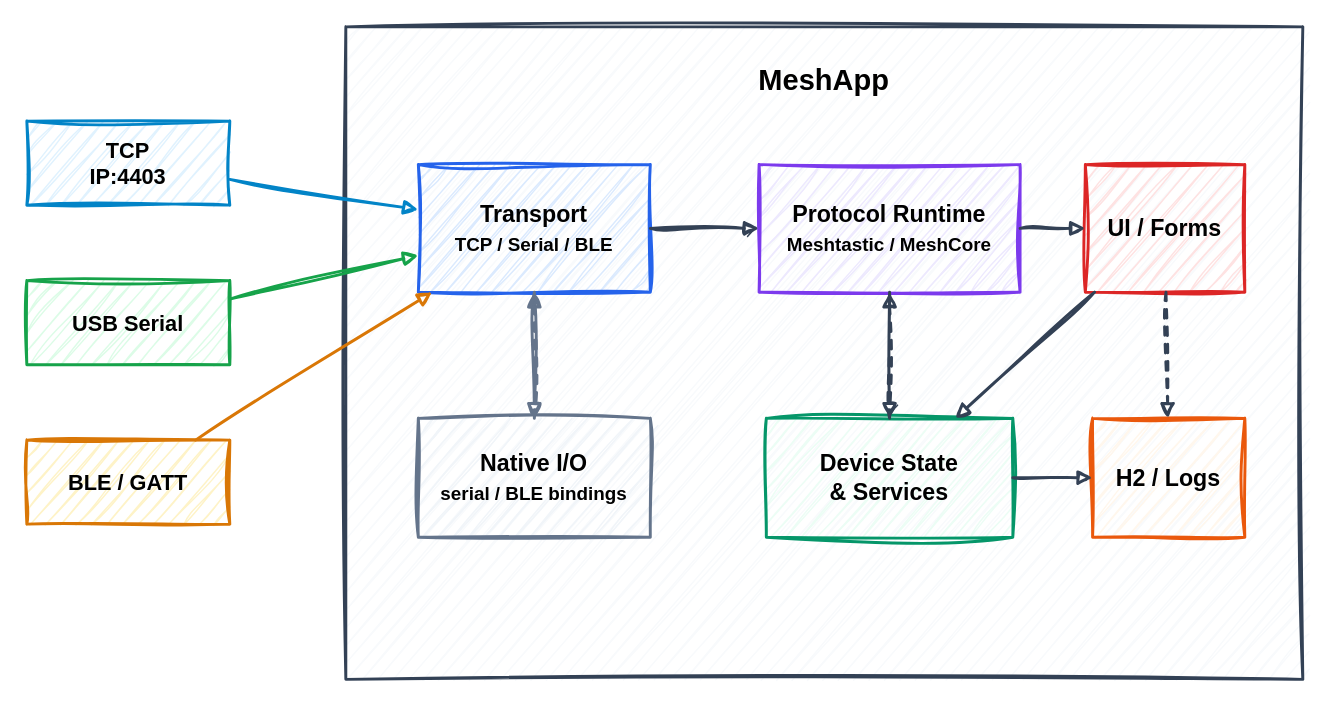
This is docs/meshapp-architecture.drawio from smikme/meshapp, a draw.io file, before an edit. Source tidied: cells renumbered, new cells numbered last; positions are measured from the earlier drawing's top-left corner, leaving out a move shared by most shapes. Both pictures are drawn from the tidied source at 145%, with x=0, y=0 at pixel (26, 26).
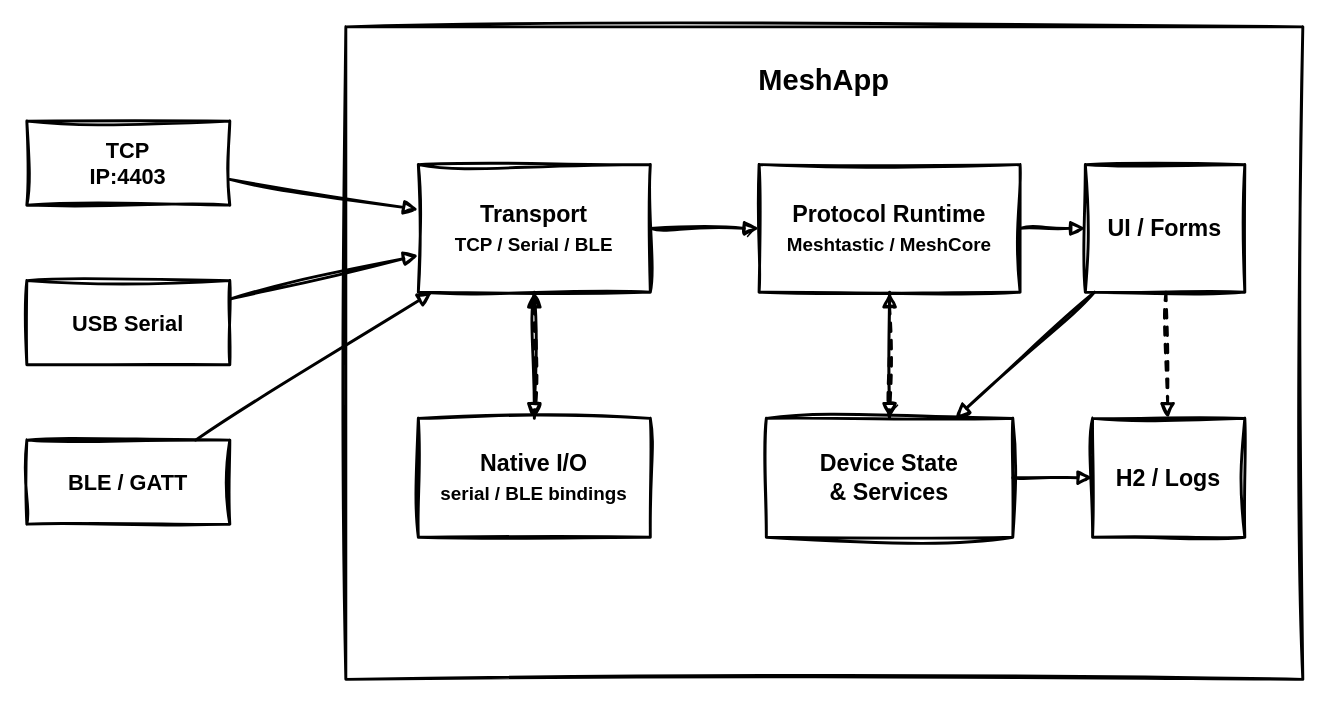
After the change.

Commit message (it also covers changes not shown here):
meshapp-architecture

What changed in the source:
```diff
@@
-    <mxCell id="2" value="MeshApp" style="rounded=0;whiteSpace=wrap;html=1;arcSize=3;fillColor=#f8fafc;strokeColor=#334155;strokeWidth=2;fontStyle=1;fontSize=20;verticalAlign=top;spacingTop=18;sketch=1;curveFitting=1;jiggle=2;" parent="1" vertex="1">
+    <mxCell id="2" value="MeshApp" style="rounded=0;whiteSpace=wrap;html=1;arcSize=3;strokeWidth=2;fontStyle=1;fontSize=20;verticalAlign=top;spacingTop=18;labelBackgroundColor=none;sketch=1;curveFitting=1;jiggle=2;" parent="1" vertex="1">
       <mxGeometry x="220" width="660" height="450" as="geometry" />
     </mxCell>
-    <mxCell id="3" value="TCP&lt;br&gt;IP:4403" style="rounded=0;whiteSpace=wrap;html=1;arcSize=8;fillColor=#e0f2fe;strokeColor=#0284c7;strokeWidth=2;fontSize=15;fontStyle=1;sketch=1;curveFitting=1;jiggle=2;" parent="1" vertex="1">
+    <mxCell id="3" value="TCP&lt;br&gt;IP:4403" style="rounded=0;whiteSpace=wrap;html=1;arcSize=8;strokeWidth=2;fontSize=15;fontStyle=1;labelBackgroundColor=none;sketch=1;curveFitting=1;jiggle=2;" parent="1" vertex="1">
       <mxGeometry y="65" width="140" height="58" as="geometry" />
     </mxCell>
-    <mxCell id="4" value="USB Serial" style="rounded=0;whiteSpace=wrap;html=1;arcSize=8;fillColor=#dcfce7;strokeColor=#16a34a;strokeWidth=2;fontSize=15;fontStyle=1;sketch=1;curveFitting=1;jiggle=2;" parent="1" vertex="1">
+    <mxCell id="4" value="USB Serial" style="rounded=0;whiteSpace=wrap;html=1;arcSize=8;strokeWidth=2;fontSize=15;fontStyle=1;labelBackgroundColor=none;sketch=1;curveFitting=1;jiggle=2;" parent="1" vertex="1">
       <mxGeometry y="175" width="140" height="58" as="geometry" />
     </mxCell>
-    <mxCell id="5" value="BLE / GATT" style="rounded=0;whiteSpace=wrap;html=1;arcSize=8;fillColor=#fef3c7;strokeColor=#d97706;strokeWidth=2;fontSize=15;fontStyle=1;sketch=1;curveFitting=1;jiggle=2;" parent="1" vertex="1">
+    <mxCell id="5" value="BLE / GATT" style="rounded=0;whiteSpace=wrap;html=1;arcSize=8;strokeWidth=2;fontSize=15;fontStyle=1;labelBackgroundColor=none;sketch=1;curveFitting=1;jiggle=2;" parent="1" vertex="1">
       <mxGeometry y="285" width="140" height="58" as="geometry" />
     </mxCell>
-    <mxCell id="6" value="Transport&lt;br&gt;&lt;font style=&quot;font-size: 13px;&quot;&gt;TCP / Serial / BLE&lt;/font&gt;" style="rounded=0;whiteSpace=wrap;html=1;arcSize=6;fillColor=#dbeafe;strokeColor=#2563eb;strokeWidth=2;fontSize=16;fontStyle=1;sketch=1;curveFitting=1;jiggle=2;" parent="1" vertex="1">
+    <mxCell id="6" value="Transport&lt;br&gt;&lt;font style=&quot;font-size: 13px;&quot;&gt;TCP / Serial / BLE&lt;/font&gt;" style="rounded=0;whiteSpace=wrap;html=1;arcSize=6;strokeWidth=2;fontSize=16;fontStyle=1;labelBackgroundColor=none;sketch=1;curveFitting=1;jiggle=2;" parent="1" vertex="1">
       <mxGeometry x="270" y="95" width="160" height="88" as="geometry" />
     </mxCell>
-    <mxCell id="7" value="Native I/O&lt;br&gt;&lt;font style=&quot;font-size: 13px;&quot;&gt;serial / BLE bindings&lt;/font&gt;" style="rounded=0;whiteSpace=wrap;html=1;arcSize=6;fillColor=#f1f5f9;strokeColor=#64748b;strokeWidth=2;fontSize=16;fontStyle=1;sketch=1;curveFitting=1;jiggle=2;" parent="1" vertex="1">
+    <mxCell id="7" value="Native I/O&lt;br&gt;&lt;font style=&quot;font-size: 13px;&quot;&gt;serial / BLE bindings&lt;/font&gt;" style="rounded=0;whiteSpace=wrap;html=1;arcSize=6;strokeWidth=2;fontSize=16;fontStyle=1;labelBackgroundColor=none;sketch=1;curveFitting=1;jiggle=2;" parent="1" vertex="1">
       <mxGeometry x="270" y="270" width="160" height="82" as="geometry" />
     </mxCell>
-    <mxCell id="8" value="Protocol Runtime&lt;br&gt;&lt;font style=&quot;font-size: 13px;&quot;&gt;Meshtastic / MeshCore&lt;/font&gt;" style="rounded=0;whiteSpace=wrap;html=1;arcSize=6;fillColor=#ede9fe;strokeColor=#7c3aed;strokeWidth=2;fontSize=16;fontStyle=1;sketch=1;curveFitting=1;jiggle=2;" parent="1" vertex="1">
+    <mxCell id="8" value="Protocol Runtime&lt;br&gt;&lt;font style=&quot;font-size: 13px;&quot;&gt;Meshtastic / MeshCore&lt;/font&gt;" style="rounded=0;whiteSpace=wrap;html=1;arcSize=6;strokeWidth=2;fontSize=16;fontStyle=1;labelBackgroundColor=none;sketch=1;curveFitting=1;jiggle=2;" parent="1" vertex="1">
       <mxGeometry x="505" y="95" width="180" height="88" as="geometry" />
     </mxCell>
-    <mxCell id="9" value="Device State&lt;br&gt;&amp;amp; Services" style="rounded=0;whiteSpace=wrap;html=1;arcSize=6;fillColor=#ecfdf5;strokeColor=#059669;strokeWidth=2;fontSize=16;fontStyle=1;sketch=1;curveFitting=1;jiggle=2;" parent="1" vertex="1">
+    <mxCell id="9" value="Device State&lt;br&gt;&amp;amp; Services" style="rounded=0;whiteSpace=wrap;html=1;arcSize=6;strokeWidth=2;fontSize=16;fontStyle=1;labelBackgroundColor=none;sketch=1;curveFitting=1;jiggle=2;" parent="1" vertex="1">
       <mxGeometry x="510" y="270" width="170" height="82" as="geometry" />
     </mxCell>
-    <mxCell id="10" value="UI / Forms" style="rounded=0;whiteSpace=wrap;html=1;arcSize=6;fillColor=#fee2e2;strokeColor=#dc2626;strokeWidth=2;fontSize=16;fontStyle=1;sketch=1;curveFitting=1;jiggle=2;" parent="1" vertex="1">
+    <mxCell id="10" value="UI / Forms" style="rounded=0;whiteSpace=wrap;html=1;arcSize=6;strokeWidth=2;fontSize=16;fontStyle=1;labelBackgroundColor=none;sketch=1;curveFitting=1;jiggle=2;" parent="1" vertex="1">
       <mxGeometry x="730" y="95" width="110" height="88" as="geometry" />
     </mxCell>
-    <mxCell id="11" value="H2 / Logs" style="rounded=0;whiteSpace=wrap;html=1;arcSize=6;fillColor=#fff7ed;strokeColor=#ea580c;strokeWidth=2;fontSize=16;fontStyle=1;sketch=1;curveFitting=1;jiggle=2;" parent="1" vertex="1">
+    <mxCell id="11" value="H2 / Logs" style="rounded=0;whiteSpace=wrap;html=1;arcSize=6;strokeWidth=2;fontSize=16;fontStyle=1;labelBackgroundColor=none;sketch=1;curveFitting=1;jiggle=2;" parent="1" vertex="1">
       <mxGeometry x="735" y="270" width="105" height="82" as="geometry" />
     </mxCell>
-    <mxCell id="12" style="endArrow=block;html=1;rounded=0;strokeWidth=2;strokeColor=#0284c7;sketch=1;curveFitting=1;jiggle=2;" parent="1" edge="1" source="3" target="6">
+    <mxCell id="12" style="endArrow=block;html=1;rounded=0;strokeWidth=2;labelBackgroundColor=none;fontColor=default;sketch=1;curveFitting=1;jiggle=2;" parent="1" edge="1" source="3" target="6">
       <mxGeometry relative="1" as="geometry" />
     </mxCell>
-    <mxCell id="13" style="endArrow=block;html=1;rounded=0;strokeWidth=2;strokeColor=#16a34a;sketch=1;curveFitting=1;jiggle=2;" parent="1" edge="1" source="4" target="6">
+    <mxCell id="13" style="endArrow=block;html=1;rounded=0;strokeWidth=2;labelBackgroundColor=none;fontColor=default;sketch=1;curveFitting=1;jiggle=2;" parent="1" edge="1" source="4" target="6">
       <mxGeometry relative="1" as="geometry" />
     </mxCell>
-    <mxCell id="14" style="endArrow=block;html=1;rounded=0;strokeWidth=2;strokeColor=#d97706;sketch=1;curveFitting=1;jiggle=2;" parent="1" edge="1" source="5" target="6">
+    <mxCell id="14" style="endArrow=block;html=1;rounded=0;strokeWidth=2;labelBackgroundColor=none;fontColor=default;sketch=1;curveFitting=1;jiggle=2;" parent="1" edge="1" source="5" target="6">
       <mxGeometry relative="1" as="geometry" />
     </mxCell>
-    <mxCell id="15" style="endArrow=block;html=1;rounded=0;strokeWidth=2;strokeColor=#334155;sketch=1;curveFitting=1;jiggle=2;" parent="1" edge="1" source="6" target="8">
+    <mxCell id="15" style="endArrow=block;html=1;rounded=0;strokeWidth=2;labelBackgroundColor=none;fontColor=default;sketch=1;curveFitting=1;jiggle=2;" parent="1" edge="1" source="6" target="8">
       <mxGeometry relative="1" as="geometry" />
     </mxCell>
-    <mxCell id="16" style="endArrow=block;html=1;rounded=0;strokeWidth=2;strokeColor=#64748b;sketch=1;curveFitting=1;jiggle=2;" parent="1" edge="1" source="6" target="7">
+    <mxCell id="16" style="endArrow=block;html=1;rounded=0;strokeWidth=2;labelBackgroundColor=none;fontColor=default;sketch=1;curveFitting=1;jiggle=2;" parent="1" edge="1" source="6" target="7">
       <mxGeometry relative="1" as="geometry" />
     </mxCell>
-    <mxCell id="17" style="endArrow=block;html=1;rounded=0;strokeWidth=2;strokeColor=#64748b;dashed=1;sketch=1;curveFitting=1;jiggle=2;" parent="1" edge="1" source="7" target="6">
+    <mxCell id="17" style="endArrow=block;html=1;rounded=0;strokeWidth=2;dashed=1;labelBackgroundColor=none;fontColor=default;sketch=1;curveFitting=1;jiggle=2;" parent="1" edge="1" source="7" target="6">
       <mxGeometry relative="1" as="geometry" />
     </mxCell>
-    <mxCell id="18" style="endArrow=block;html=1;rounded=0;strokeWidth=2;strokeColor=#334155;sketch=1;curveFitting=1;jiggle=2;" parent="1" edge="1" source="8" target="9">
+    <mxCell id="18" style="endArrow=block;html=1;rounded=0;strokeWidth=2;labelBackgroundColor=none;fontColor=default;sketch=1;curveFitting=1;jiggle=2;" parent="1" edge="1" source="8" target="9">
       <mxGeometry relative="1" as="geometry" />
     </mxCell>
-    <mxCell id="19" style="endArrow=block;html=1;rounded=0;strokeWidth=2;strokeColor=#334155;dashed=1;sketch=1;curveFitting=1;jiggle=2;" parent="1" edge="1" source="9" target="8">
+    <mxCell id="19" style="endArrow=block;html=1;rounded=0;strokeWidth=2;dashed=1;labelBackgroundColor=none;fontColor=default;sketch=1;curveFitting=1;jiggle=2;" parent="1" edge="1" source="9" target="8">
       <mxGeometry relative="1" as="geometry" />
     </mxCell>
-    <mxCell id="20" style="endArrow=block;html=1;rounded=0;strokeWidth=2;strokeColor=#334155;sketch=1;curveFitting=1;jiggle=2;" parent="1" edge="1" source="8" target="10">
+    <mxCell id="20" style="endArrow=block;html=1;rounded=0;strokeWidth=2;labelBackgroundColor=none;fontColor=default;sketch=1;curveFitting=1;jiggle=2;" parent="1" edge="1" source="8" target="10">
       <mxGeometry relative="1" as="geometry" />
     </mxCell>
-    <mxCell id="21" style="endArrow=block;html=1;rounded=0;strokeWidth=2;strokeColor=#334155;sketch=1;curveFitting=1;jiggle=2;" parent="1" edge="1" source="10" target="9">
+    <mxCell id="21" style="endArrow=block;html=1;rounded=0;strokeWidth=2;labelBackgroundColor=none;fontColor=default;sketch=1;curveFitting=1;jiggle=2;" parent="1" edge="1" source="10" target="9">
       <mxGeometry relative="1" as="geometry" />
     </mxCell>
-    <mxCell id="22" style="endArrow=block;html=1;rounded=0;strokeWidth=2;strokeColor=#334155;sketch=1;curveFitting=1;jiggle=2;" parent="1" edge="1" source="9" target="11">
+    <mxCell id="22" style="endArrow=block;html=1;rounded=0;strokeWidth=2;labelBackgroundColor=none;fontColor=default;sketch=1;curveFitting=1;jiggle=2;" parent="1" edge="1" source="9" target="11">
       <mxGeometry relative="1" as="geometry" />
     </mxCell>
-    <mxCell id="23" style="endArrow=block;html=1;rounded=0;strokeWidth=2;strokeColor=#334155;dashed=1;sketch=1;curveFitting=1;jiggle=2;" parent="1" edge="1" source="10" target="11">
+    <mxCell id="23" style="endArrow=block;html=1;rounded=0;strokeWidth=2;dashed=1;labelBackgroundColor=none;fontColor=default;sketch=1;curveFitting=1;jiggle=2;" parent="1" edge="1" source="10" target="11">
       <mxGeometry relative="1" as="geometry" />
     </mxCell>
```
